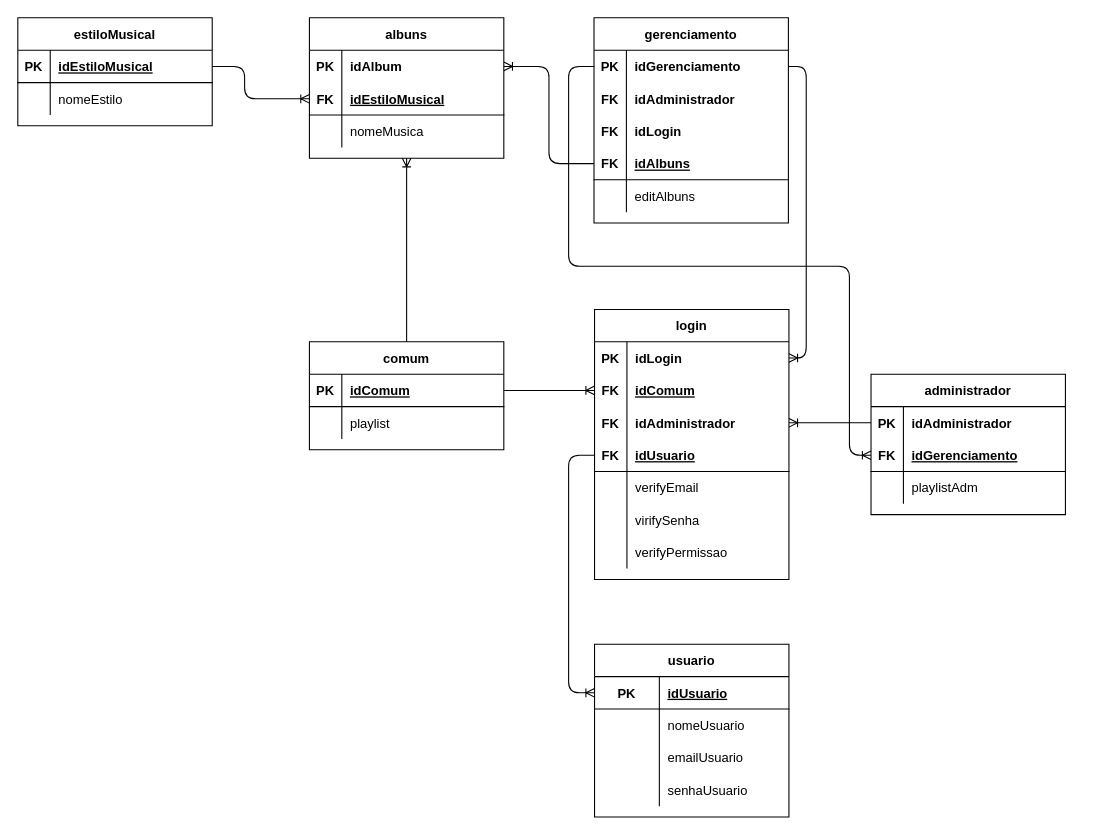
This is Exercícios-aula3/1.4-exercicio-optus/Moldelagem/1.4-exercicio-optus-conceitual.drawio from Samel-OP/Senai_Sprint1_BD, a draw.io file, before an edit. Source tidied: cells renumbered, new cells numbered last; positions are measured from the earlier drawing's top-left corner, leaving out a move shared by most shapes. Both pictures are drawn from the tidied source at 108%, with x=0, y=0 at pixel (17, 17).
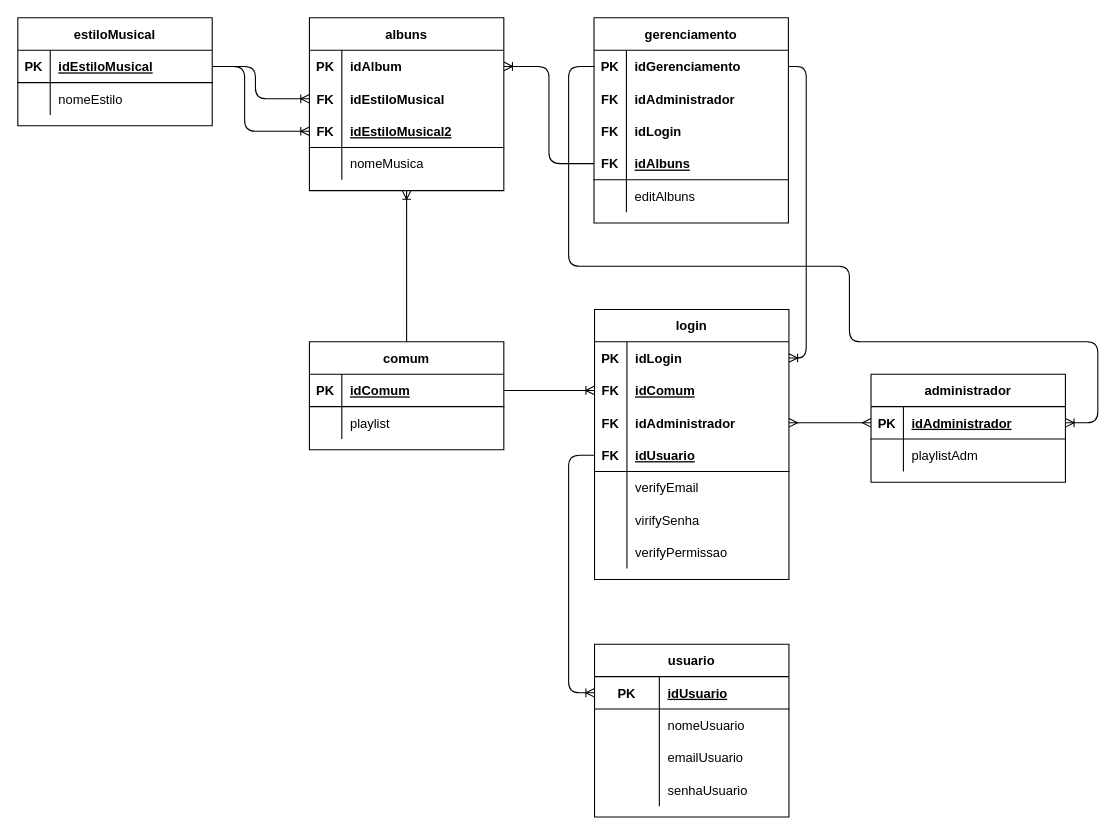
After the change.

The change refers to these unchanged cells:
```xml
<mxCell id="13" style="shape=partialRectangle;fillColor=none;top=0;left=0;bottom=1;right=0;points=[[0,0.5],[1,0.5]];portConstraint=eastwest;" parent="12" vertex="1">
  <mxGeometry y="30" width="180" height="30" as="geometry" />
</mxCell>
<mxCell id="26" style="shape=partialRectangle;fillColor=none;top=0;left=0;bottom=0;right=0;points=[[0,0.5],[1,0.5]];portConstraint=eastwest;" parent="19" vertex="1">
  <mxGeometry y="90" width="180" height="30" as="geometry" />
</mxCell>
```

Change to the diagram source:
```diff
@@
     <mxCell id="2" value="albuns" style="shape=table;startSize=30;childLayout=tableLayout;rowLines=0;fontStyle=1;align=center;" parent="1" vertex="1">
-      <mxGeometry x="270" width="180" height="130" as="geometry" />
+      <mxGeometry x="270" width="180" height="160" as="geometry" />
     </mxCell>
@@
+    <mxCell id="95" style="shape=partialRectangle;fillColor=none;top=0;left=0;bottom=0;right=0;points=[[0,0.5],[1,0.5]];portConstraint=eastwest;" parent="2" vertex="1">
+      <mxGeometry y="60" width="180" height="30" as="geometry" />
+    </mxCell>
+    <mxCell id="96" value="FK" style="shape=partialRectangle;fillColor=none;top=0;left=0;bottom=0;right=0;fontStyle=1;overflow=hidden;" parent="95" vertex="1">
+      <mxGeometry width="30" height="30" as="geometry" />
+    </mxCell>
+    <mxCell id="97" value="idEstiloMusical" style="shape=partialRectangle;fillColor=none;top=0;left=0;bottom=0;right=0;align=left;spacingLeft=6;fontStyle=1;overflow=hidden;" parent="95" vertex="1">
+      <mxGeometry x="30" width="150" height="30" as="geometry" />
+    </mxCell>
     <mxCell id="6" style="shape=partialRectangle;fillColor=none;top=0;left=0;bottom=1;right=0;points=[[0,0.5],[1,0.5]];portConstraint=eastwest;" parent="2" vertex="1">
-      <mxGeometry y="60" width="180" height="30" as="geometry" />
+      <mxGeometry y="90" width="180" height="30" as="geometry" />
     </mxCell>
@@
-    <mxCell id="8" value="idEstiloMusical" style="shape=partialRectangle;fillColor=none;top=0;left=0;bottom=0;right=0;align=left;spacingLeft=6;fontStyle=5;overflow=hidden;" parent="6" vertex="1">
+    <mxCell id="8" value="idEstiloMusical2" style="shape=partialRectangle;fillColor=none;top=0;left=0;bottom=0;right=0;align=left;spacingLeft=6;fontStyle=5;overflow=hidden;" parent="6" vertex="1">
       <mxGeometry x="30" width="150" height="30" as="geometry" />
     </mxCell>
     <mxCell id="9" style="shape=partialRectangle;fillColor=none;top=0;left=0;bottom=0;right=0;" parent="2" vertex="1">
-      <mxGeometry y="90" width="180" height="30" as="geometry" />
+      <mxGeometry y="120" width="180" height="30" as="geometry" />
     </mxCell>
@@
     <mxCell id="54" value="administrador" style="shape=table;startSize=30;childLayout=tableLayout;rowLines=0;fontStyle=1;align=center;" parent="1" vertex="1">
-      <mxGeometry x="790" y="330" width="180" height="130" as="geometry" />
+      <mxGeometry x="790" y="330" width="180" height="100" as="geometry" />
     </mxCell>
-    <mxCell id="55" style="shape=partialRectangle;fillColor=none;top=0;left=0;bottom=0;right=0;points=[[0,0.5],[1,0.5]];portConstraint=eastwest;" parent="54" vertex="1">
-      <mxGeometry y="30" width="180" height="30" as="geometry" />
-    </mxCell>
-    <mxCell id="56" value="PK" style="shape=partialRectangle;fillColor=none;top=0;left=0;bottom=0;right=0;fontStyle=1;overflow=hidden;" parent="55" vertex="1">
-      <mxGeometry width="30" height="30" as="geometry" />
-    </mxCell>
-    <mxCell id="57" value="idAdministrador" style="shape=partialRectangle;fillColor=none;top=0;left=0;bottom=0;right=0;align=left;spacingLeft=6;fontStyle=1;overflow=hidden;" parent="55" vertex="1">
-      <mxGeometry x="30" width="150" height="30" as="geometry" />
-    </mxCell>
     <mxCell id="58" style="shape=partialRectangle;fillColor=none;top=0;left=0;bottom=1;right=0;points=[[0,0.5],[1,0.5]];portConstraint=eastwest;" parent="54" vertex="1">
-      <mxGeometry y="60" width="180" height="30" as="geometry" />
+      <mxGeometry y="30" width="180" height="30" as="geometry" />
     </mxCell>
-    <mxCell id="59" value="FK" style="shape=partialRectangle;fillColor=none;top=0;left=0;bottom=0;right=0;fontStyle=1;overflow=hidden;" parent="58" vertex="1">
+    <mxCell id="59" value="PK" style="shape=partialRectangle;fillColor=none;top=0;left=0;bottom=0;right=0;fontStyle=1;overflow=hidden;" parent="58" vertex="1">
       <mxGeometry width="30" height="30" as="geometry" />
     </mxCell>
-    <mxCell id="60" value="idGerenciamento" style="shape=partialRectangle;fillColor=none;top=0;left=0;bottom=0;right=0;align=left;spacingLeft=6;fontStyle=5;overflow=hidden;" parent="58" vertex="1">
+    <mxCell id="60" value="idAdministrador" style="shape=partialRectangle;fillColor=none;top=0;left=0;bottom=0;right=0;align=left;spacingLeft=6;fontStyle=5;overflow=hidden;" parent="58" vertex="1">
       <mxGeometry x="30" width="150" height="30" as="geometry" />
     </mxCell>
     <mxCell id="61" style="shape=partialRectangle;fillColor=none;top=0;left=0;bottom=0;right=0;" parent="54" vertex="1">
-      <mxGeometry y="90" width="180" height="30" as="geometry" />
+      <mxGeometry y="60" width="180" height="30" as="geometry" />
     </mxCell>
@@
-    <mxCell id="88" style="edgeStyle=orthogonalEdgeStyle;fontSize=12;html=1;endArrow=ERoneToMany;entryX=1;entryY=0.5;entryDx=0;entryDy=0;exitX=0;exitY=0.5;exitDx=0;exitDy=0;" parent="1" edge="1" source="55" target="26">
-      <mxGeometry relative="1" as="geometry" />
-    </mxCell>
@@
     <mxCell id="93" style="edgeStyle=orthogonalEdgeStyle;fontSize=12;html=1;endArrow=ERoneToMany;entryX=0;entryY=0.5;entryDx=0;entryDy=0;exitX=1;exitY=0.5;exitDx=0;exitDy=0;" parent="1" edge="1" source="13" target="6">
       <mxGeometry relative="1" as="geometry">
         <Array as="points">
           <mxPoint x="210" y="45" />
-          <mxPoint x="210" y="75" />
+          <mxPoint x="210" y="105" />
         </Array>
       </mxGeometry>
     </mxCell>
-    <mxCell id="94" style="edgeStyle=orthogonalEdgeStyle;fontSize=12;html=1;endArrow=ERoneToMany;entryX=0;entryY=0.5;entryDx=0;entryDy=0;" parent="1" edge="1" target="58">
+    <mxCell id="94" style="edgeStyle=orthogonalEdgeStyle;fontSize=12;html=1;endArrow=ERoneToMany;entryX=1;entryY=0.5;entryDx=0;entryDy=0;" parent="1" edge="1">
       <mxGeometry relative="1" as="geometry">
         <mxPoint x="534" y="45" as="sourcePoint" />
+        <mxPoint x="970" y="375" as="targetPoint" />
         <Array as="points">
           <mxPoint x="510" y="45" />
           <mxPoint x="510" y="230" />
           <mxPoint x="770" y="230" />
-          <mxPoint x="770" y="405" />
+          <mxPoint x="770" y="300" />
+          <mxPoint x="1000" y="300" />
+          <mxPoint x="1000" y="375" />
         </Array>
       </mxGeometry>
     </mxCell>
+    <mxCell id="98" style="edgeStyle=entityRelationEdgeStyle;fontSize=12;html=1;endArrow=ERmany;startArrow=ERmany;entryX=0;entryY=0.5;entryDx=0;entryDy=0;exitX=1;exitY=0.5;exitDx=0;exitDy=0;" parent="1" edge="1" source="26" target="58">
+      <mxGeometry relative="1" as="geometry" />
+    </mxCell>
+    <mxCell id="99" style="edgeStyle=orthogonalEdgeStyle;fontSize=12;html=1;endArrow=ERoneToMany;entryX=0;entryY=0.5;entryDx=0;entryDy=0;exitX=1;exitY=0.5;exitDx=0;exitDy=0;" parent="1" edge="1" target="95">
+      <mxGeometry relative="1" as="geometry">
+        <mxPoint x="180" y="45" as="sourcePoint" />
+        <Array as="points">
+          <mxPoint x="220" y="45" />
+          <mxPoint x="220" y="75" />
+        </Array>
+      </mxGeometry>
+    </mxCell>
```
